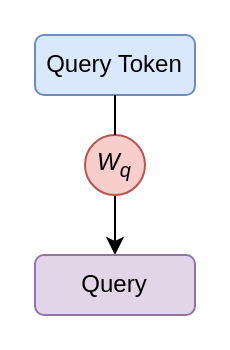
Earlier version of the draw.io diagram book/images/attention/llm-flow-self-attention-query.drawio (yshavit/llm-notes). Source tidied: cells renumbered, new cells numbered last; positions are measured from the earlier drawing's top-left corner, leaving out a move shared by most shapes. Both pictures are drawn from the tidied source at 200%, with x=0, y=0 at pixel (34, 34).
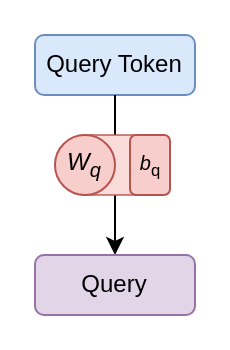
Above is the later version.

Commit message (it also covers changes not shown here):
attention: add bias

Diff of the diagram source:
```diff
@@
 <mxGraphModel>
   <root>
     <mxCell id="0" />
     <mxCell id="1" parent="0" />
-    <mxCell id="2" style="edgeStyle=orthogonalEdgeStyle;rounded=0;jettySize=auto;html=1;" parent="1" edge="1" source="5" target="4">
+    <mxCell id="2" style="edgeStyle=orthogonalEdgeStyle;rounded=0;jettySize=auto;html=1;exitX=0.5;exitY=1;exitDx=0;exitDy=0;" parent="1" edge="1" source="7" target="4">
       <mxGeometry relative="1" as="geometry" />
     </mxCell>
     <mxCell id="3" value="Query Token" style="rounded=1;whiteSpace=wrap;html=1;fillColor=#dae8fc;strokeColor=#6c8ebf;" parent="1" vertex="1">
       <mxGeometry width="80" height="30" as="geometry" />
     </mxCell>
     <mxCell id="4" value="Query" style="rounded=1;whiteSpace=wrap;html=1;fillColor=#e1d5e7;strokeColor=#9673a6;" parent="1" vertex="1">
       <mxGeometry y="110" width="80" height="30" as="geometry" />
     </mxCell>
+    <mxCell id="6" style="endArrow=none;html=1;rounded=0;exitX=0.5;exitY=0;exitDx=0;exitDy=0;" parent="1" edge="1" source="7" target="3">
+      <mxGeometry relative="1" as="geometry" />
+    </mxCell>
+    <mxCell id="7" style="rounded=1;whiteSpace=wrap;html=1;fillColor=#f8cecc;strokeColor=#b85450;opacity=70;" parent="1" vertex="1">
+      <mxGeometry x="20" y="50" width="40" height="30" as="geometry" />
+    </mxCell>
+    <mxCell id="8" value="&lt;i&gt;b&lt;/i&gt;&lt;sub&gt;q&lt;/sub&gt;" style="rounded=1;whiteSpace=wrap;html=1;fillColor=#f8cecc;strokeColor=#b85450;fontSize=10;" parent="1" vertex="1">
+      <mxGeometry x="47.5" y="50" width="20" height="30" as="geometry" />
+    </mxCell>
     <mxCell id="5" value="W&lt;sub&gt;q&lt;/sub&gt;" style="ellipse;whiteSpace=wrap;html=1;fontStyle=2;fillColor=#f8cecc;strokeColor=#b85450;" parent="1" vertex="1">
-      <mxGeometry x="25" y="50" width="30" height="30" as="geometry" />
+      <mxGeometry x="10" y="50" width="30" height="30" as="geometry" />
     </mxCell>
-    <mxCell id="6" style="endArrow=none;html=1;rounded=0;" parent="1" edge="1" source="5" target="3">
-      <mxGeometry relative="1" as="geometry" />
-    </mxCell>
   </root>
 </mxGraphModel>
```
